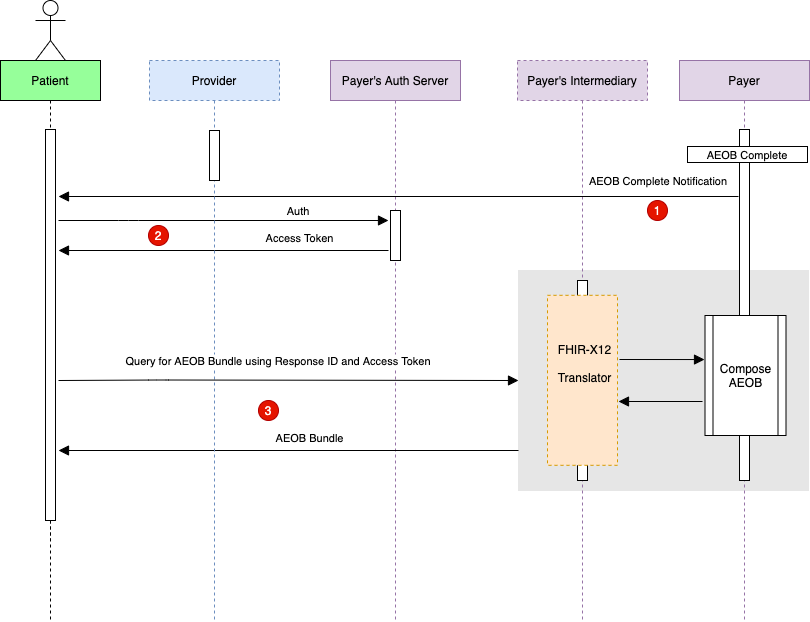
Earlier version of the draw.io export input/images/GetAEOB.drawio.png (HL7/davinci-pct). Source tidied: cells renumbered, new cells last; positions are measured from the earlier drawing's top-left corner, leaving out a move shared by most shapes.
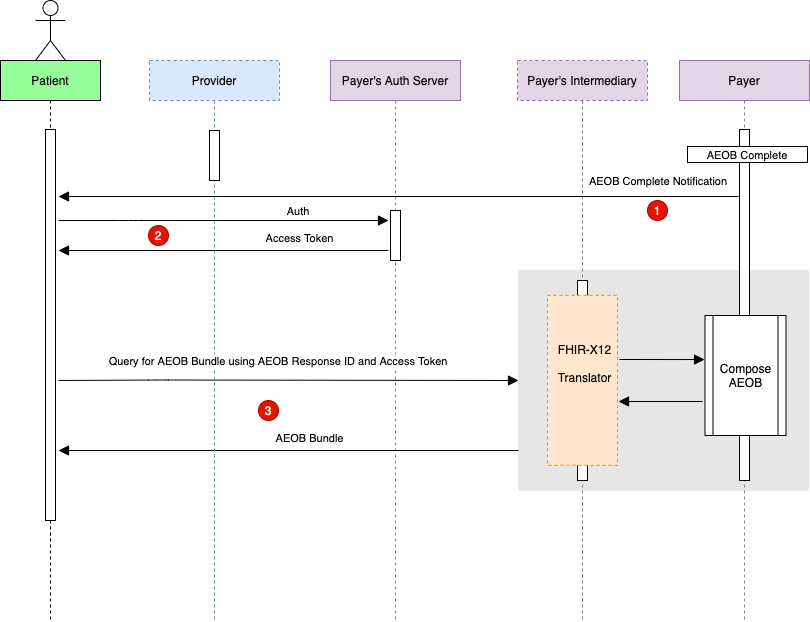
The same diagram one commit later.

Commit message:
updated use case page

What changed in the source:
```diff
@@ -115,7 +115,7 @@
     <mxCell id="30" style="perimeter=orthogonalPerimeter;rounded=0;shadow=0;strokeWidth=1;" parent="29" vertex="1">
       <mxGeometry x="60" y="70" width="10" height="50" as="geometry" />
     </mxCell>
-    <mxCell id="31" value="Query for AEOB Bundle using Response ID and Access Token" style="verticalAlign=bottom;endArrow=block;shadow=0;strokeWidth=1;endSize=8;" parent="1" edge="1">
+    <mxCell id="31" value="Query for AEOB Bundle using AEOB Response ID and Access Token" style="verticalAlign=bottom;endArrow=block;shadow=0;strokeWidth=1;endSize=8;" parent="1" edge="1">
       <mxGeometry x="-0.04" y="10" relative="1" as="geometry">
         <mxPoint x="58" y="380" as="sourcePoint" />
         <mxPoint x="518" y="380" as="targetPoint" />
```
